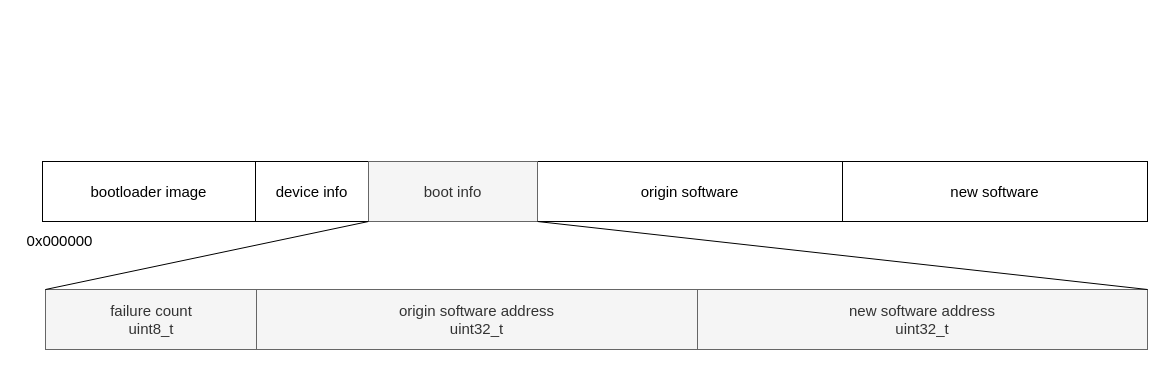
Earlier version of the draw.io diagram schematic/05-sw-flash-structure.drawio (petrkucerak/diplom-thesis). Source tidied: cells renumbered, new cells numbered last; positions are measured from the earlier drawing's top-left corner, leaving out a move shared by most shapes. Both pictures are drawn from the tidied source at 100%, with x=0, y=0 at pixel (17, 161).
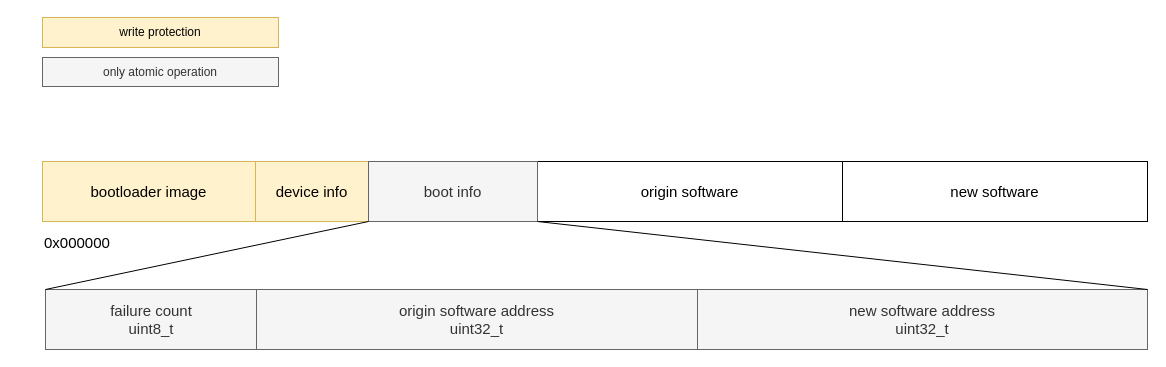
Above is the later version.

Commit message (it also covers changes not shown here):
Improve flash structure

Diff of the diagram source:
```diff
@@
 <mxGraphModel>
   <root>
     <mxCell id="0" />
     <mxCell id="1" parent="0" />
     <mxCell id="2" style="rounded=0;whiteSpace=wrap;html=1;fontSize=15;" parent="1" vertex="1">
       <mxGeometry x="25" width="1105" height="60" as="geometry" />
     </mxCell>
-    <mxCell id="3" value="bootloader image" style="rounded=0;whiteSpace=wrap;html=1;fontSize=15;" parent="1" vertex="1">
+    <mxCell id="3" value="bootloader image" style="rounded=0;whiteSpace=wrap;html=1;fontSize=15;fillColor=#fff2cc;strokeColor=#d6b656;" parent="1" vertex="1">
       <mxGeometry x="25" width="213" height="60" as="geometry" />
     </mxCell>
-    <mxCell id="4" value="device info" style="rounded=0;whiteSpace=wrap;html=1;fontSize=15;" parent="1" vertex="1">
+    <mxCell id="4" value="device info" style="rounded=0;whiteSpace=wrap;html=1;fontSize=15;fillColor=#fff2cc;strokeColor=#d6b656;" parent="1" vertex="1">
       <mxGeometry x="238" width="113" height="60" as="geometry" />
     </mxCell>
     <mxCell id="5" value="&lt;span style=&quot;color: rgb(0, 0, 0);&quot;&gt;origin&amp;nbsp;&lt;/span&gt;software" style="rounded=0;whiteSpace=wrap;html=1;fontSize=15;" parent="1" vertex="1">
       <mxGeometry x="520" width="305" height="60" as="geometry" />
     </mxCell>
     <mxCell id="6" value="&lt;span style=&quot;color: rgb(0, 0, 0);&quot;&gt;new&amp;nbsp;&lt;/span&gt;software" style="rounded=0;whiteSpace=wrap;html=1;fontSize=15;" parent="1" vertex="1">
       <mxGeometry x="825" width="305" height="60" as="geometry" />
     </mxCell>
     <mxCell id="7" style="rounded=0;whiteSpace=wrap;html=1;fontSize=15;" parent="1" vertex="1">
       <mxGeometry x="28" y="128" width="1102" height="60" as="geometry" />
     </mxCell>
     <mxCell id="8" value="failure count&lt;div&gt;uint8_t&lt;/div&gt;" style="rounded=0;whiteSpace=wrap;html=1;fillColor=#f5f5f5;fontColor=#333333;strokeColor=#666666;fontSize=15;" parent="1" vertex="1">
       <mxGeometry x="28" y="128" width="212" height="60" as="geometry" />
     </mxCell>
     <mxCell id="9" value="origin software address&lt;div&gt;uint32_t&lt;/div&gt;" style="rounded=0;whiteSpace=wrap;html=1;fillColor=#f5f5f5;fontColor=#333333;strokeColor=#666666;fontSize=15;" parent="1" vertex="1">
       <mxGeometry x="239" y="128" width="441" height="60" as="geometry" />
     </mxCell>
     <mxCell id="10" value="new&amp;nbsp;&lt;span style=&quot;color: rgb(51, 51, 51);&quot;&gt;software&amp;nbsp;&lt;/span&gt;address&lt;div&gt;uint32_t&lt;/div&gt;" style="rounded=0;whiteSpace=wrap;html=1;fillColor=#f5f5f5;fontColor=#333333;strokeColor=#666666;fontSize=15;" parent="1" vertex="1">
       <mxGeometry x="680" y="128" width="450" height="60" as="geometry" />
     </mxCell>
-    <mxCell id="11" value="0x00&lt;span style=&quot;color: rgb(0, 0, 0);&quot;&gt;0000&lt;/span&gt;" style="text;html=1;align=center;verticalAlign=middle;strokeColor=none;fillColor=none;fontSize=15;" parent="1" vertex="1">
-      <mxGeometry y="64" width="84" height="30" as="geometry" />
+    <mxCell id="11" value="0x00&lt;span style=&quot;color: rgb(0, 0, 0);&quot;&gt;0000&lt;/span&gt;" style="text;html=1;align=left;verticalAlign=middle;strokeColor=none;fillColor=none;fontSize=15;" parent="1" vertex="1">
+      <mxGeometry x="25" y="66" width="84" height="30" as="geometry" />
     </mxCell>
     <mxCell id="12" value="boot info" style="rounded=0;whiteSpace=wrap;html=1;fillColor=#f5f5f5;fontColor=#333333;strokeColor=#666666;fontSize=15;" parent="1" vertex="1">
       <mxGeometry x="351" width="169" height="60" as="geometry" />
     </mxCell>
     <mxCell id="13" style="endArrow=none;html=1;entryX=1;entryY=1;entryDx=0;entryDy=0;exitX=0;exitY=0;exitDx=0;exitDy=0;fontSize=15;" parent="1" edge="1" source="8" target="4">
       <mxGeometry relative="1" as="geometry" />
     </mxCell>
     <mxCell id="14" style="endArrow=none;html=1;entryX=0;entryY=1;entryDx=0;entryDy=0;exitX=1;exitY=0;exitDx=0;exitDy=0;fontSize=15;" parent="1" edge="1" source="10" target="5">
       <mxGeometry relative="1" as="geometry" />
     </mxCell>
+    <mxCell id="15" value="write protection" style="rounded=0;whiteSpace=wrap;html=1;fillColor=#fff2cc;strokeColor=#d6b656;" parent="1" vertex="1">
+      <mxGeometry x="25" y="-144" width="236" height="30" as="geometry" />
+    </mxCell>
+    <mxCell id="16" value="only atomic operation" style="rounded=0;whiteSpace=wrap;html=1;fillColor=#f5f5f5;strokeColor=#666666;fontColor=#333333;" parent="1" vertex="1">
+      <mxGeometry x="25" y="-104" width="236" height="29" as="geometry" />
+    </mxCell>
   </root>
 </mxGraphModel>
```
